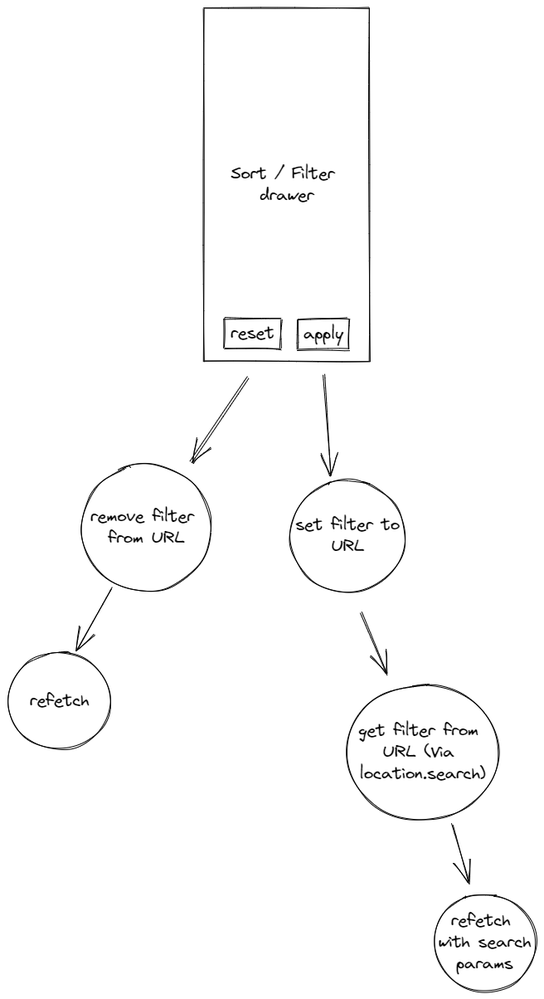
Above: notes/filter/client.excalidraw.png in Dyvd4/ticketify (Excalidraw), before the change. Source tidied: one line per element, renumbered; positions are measured from the earlier drawing's top-left corner, leaving out a move shared by most shapes. Its diagram source:
```json
{"id": 0, "type": "arrow", "strokeColor": "#000000", "strokeWidth": 1, "roughness": 1, "endArrowhead": "arrow", "from": 19, "to": 1, "x": 425, "y": 729, "width": 31, "height": 75, "points": [[0, 0], [31, 75]]}
{"id": 1, "type": "ellipse", "strokeColor": "#000000", "strokeWidth": 1, "roughness": 1, "x": 407, "y": 815, "width": 184, "height": 163}
{"id": 2, "type": "text", "text": "get filter from \nURL (Via \nlocation.search)", "strokeColor": "#000000", "strokeWidth": 1, "roughness": 1, "fontSize": 20, "fontFamily": 1, "textAlign": "center", "verticalAlign": "middle", "inside": 1, "x": 412, "y": 858, "width": 174, "height": 78}
{"id": 3, "type": "arrow", "strokeColor": "#000000", "strokeWidth": 1, "roughness": 1, "endArrowhead": "arrow", "from": 1, "to": 4, "x": 535, "y": 983, "width": 20, "height": 69, "points": [[0, 0], [20, 69]]}
{"id": 4, "type": "ellipse", "strokeColor": "#000000", "strokeWidth": 1, "roughness": 1, "x": 513, "y": 1068, "width": 124, "height": 117}
{"id": 5, "type": "text", "text": "refetch \nwith search\nparams", "strokeColor": "#000000", "strokeWidth": 1, "roughness": 1, "fontSize": 20, "fontFamily": 1, "textAlign": "center", "verticalAlign": "middle", "inside": 4, "x": 518, "y": 1087, "width": 113, "height": 78}
{"id": 6, "type": "rectangle", "strokeColor": "#000000", "strokeWidth": 1, "roughness": 1, "x": 236, "y": 0, "width": 200, "height": 426}
{"id": 7, "type": "text", "text": "Sort / Filter \ndrawer", "strokeColor": "#000000", "strokeWidth": 1, "roughness": 1, "fontSize": 20, "fontFamily": 1, "textAlign": "center", "verticalAlign": "middle", "inside": 6, "x": 241, "y": 187, "width": 190, "height": 52}
{"id": 8, "type": "rectangle", "strokeColor": "#000000", "strokeWidth": 1, "roughness": 1, "x": 349, "y": 375, "width": 62, "height": 36}
{"id": 9, "type": "text", "text": "apply", "strokeColor": "#000000", "strokeWidth": 1, "roughness": 1, "fontSize": 20, "fontFamily": 1, "textAlign": "center", "verticalAlign": "middle", "inside": 8, "x": 354, "y": 380, "width": 51, "height": 26}
{"id": 10, "type": "rectangle", "strokeColor": "#000000", "strokeWidth": 1, "roughness": 1, "x": 260, "y": 374, "width": 68, "height": 36}
{"id": 11, "type": "text", "text": "reset", "strokeColor": "#000000", "strokeWidth": 1, "roughness": 1, "fontSize": 20, "fontFamily": 1, "textAlign": "center", "verticalAlign": "middle", "inside": 10, "x": 265, "y": 379, "width": 58, "height": 26}
{"id": 12, "type": "arrow", "strokeColor": "#000000", "strokeWidth": 1, "roughness": 1, "endArrowhead": "arrow", "from": 6, "to": 13, "x": 290, "y": 444, "width": 70, "height": 102, "points": [[0, 0], [-70, 102]]}
{"id": 13, "type": "ellipse", "strokeColor": "#000000", "strokeWidth": 1, "roughness": 1, "x": 88, "y": 550, "width": 156, "height": 153}
{"id": 14, "type": "text", "text": "remove filter \nfrom URL", "strokeColor": "#000000", "strokeWidth": 1, "roughness": 1, "fontSize": 20, "fontFamily": 1, "textAlign": "center", "verticalAlign": "middle", "inside": 13, "x": 93, "y": 600, "width": 146, "height": 52}
{"id": 15, "type": "ellipse", "strokeColor": "#000000", "strokeWidth": 1, "roughness": 1, "x": 0, "y": 776, "width": 124, "height": 117}
{"id": 16, "type": "text", "text": "refetch", "strokeColor": "#000000", "strokeWidth": 1, "roughness": 1, "fontSize": 20, "fontFamily": 1, "textAlign": "center", "verticalAlign": "middle", "inside": 15, "x": 5, "y": 822, "width": 113, "height": 26}
{"id": 17, "type": "arrow", "strokeColor": "#000000", "strokeWidth": 1, "roughness": 1, "endArrowhead": "arrow", "from": 13, "to": 15, "x": 124, "y": 698, "width": 40, "height": 76, "points": [[0, 0], [-40, 76]]}
{"id": 18, "type": "arrow", "strokeColor": "#000000", "strokeWidth": 1, "roughness": 1, "endArrowhead": "arrow", "from": 6, "to": 19, "x": 380, "y": 442, "width": 9, "height": 122, "points": [[0, 0], [9, 122]]}
{"id": 19, "type": "ellipse", "strokeColor": "#000000", "strokeWidth": 1, "roughness": 1, "x": 340, "y": 569, "width": 139, "height": 135}
{"id": 20, "type": "text", "text": "set filter to\nURL", "strokeColor": "#000000", "strokeWidth": 1, "roughness": 1, "fontSize": 20, "fontFamily": 1, "textAlign": "center", "verticalAlign": "middle", "inside": 19, "x": 345, "y": 610, "width": 129, "height": 52}
```
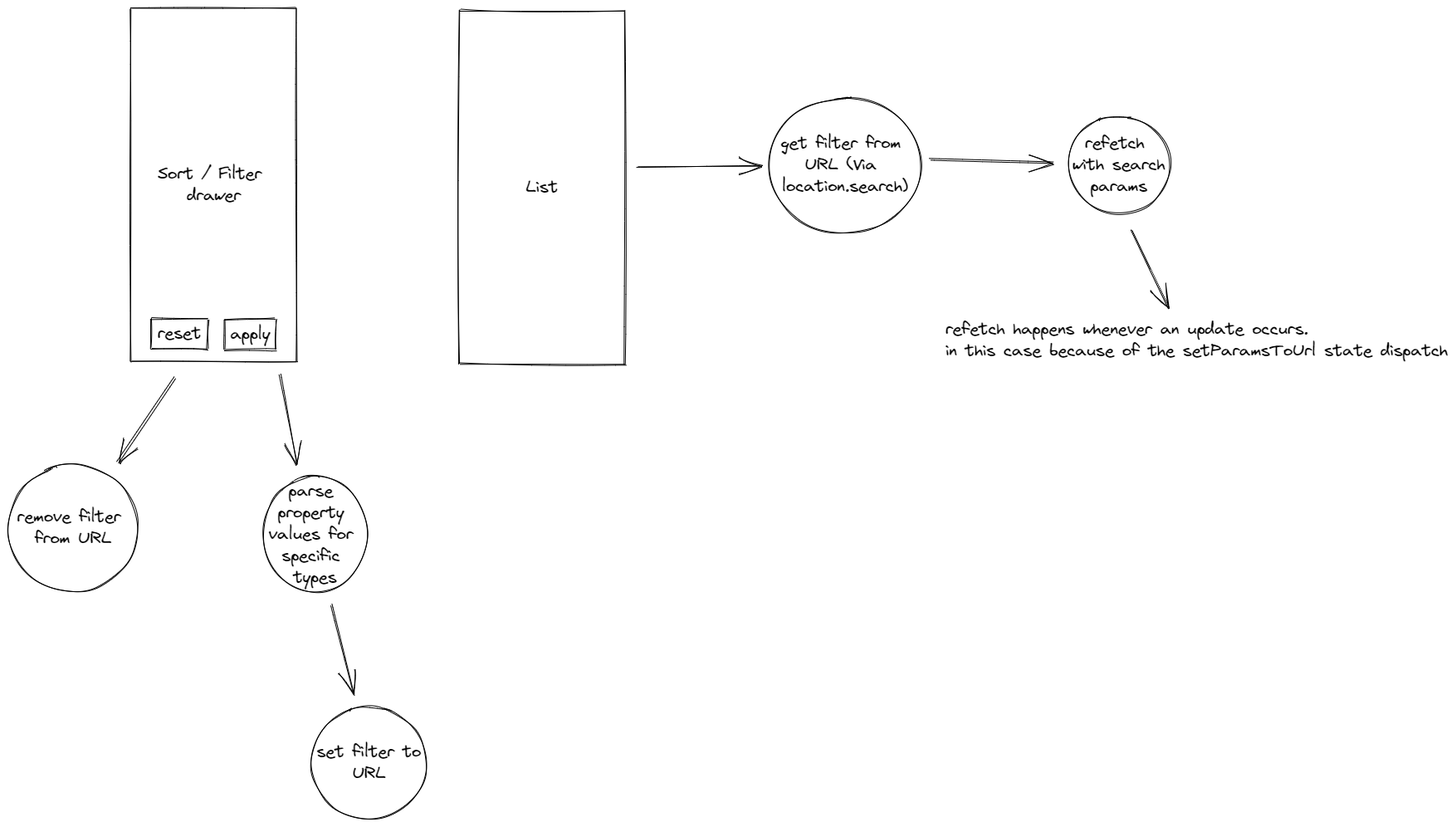
Later version of the same file.

Diff of the diagram source:
```diff
@@ -1,9 +1,8 @@
-{"id": 0, "type": "arrow", "strokeColor": "#000000", "strokeWidth": 1, "roughness": 1, "endArrowhead": "arrow", "from": 19, "to": 1, "x": 425, "y": 729, "width": 31, "height": 75, "points": [[0, 0], [31, 75]]}
-{"id": 1, "type": "ellipse", "strokeColor": "#000000", "strokeWidth": 1, "roughness": 1, "x": 407, "y": 815, "width": 184, "height": 163}
+{"id": 1, "type": "ellipse", "strokeColor": "#000000", "strokeWidth": 1, "roughness": 1, "x": 1004, "y": 108, "width": 184, "height": 163}
-{"id": 2, "type": "text", "text": "get filter from \nURL (Via \nlocation.search)", "strokeColor": "#000000", "strokeWidth": 1, "roughness": 1, "fontSize": 20, "fontFamily": 1, "textAlign": "center", "verticalAlign": "middle", "inside": 1, "x": 412, "y": 858, "width": 174, "height": 78}
+{"id": 2, "type": "text", "text": "get filter from \nURL (Via \nlocation.search)", "strokeColor": "#000000", "strokeWidth": 1, "roughness": 1, "fontSize": 20, "fontFamily": 1, "textAlign": "center", "verticalAlign": "middle", "inside": 1, "x": 1009, "y": 150, "width": 174, "height": 78}
-{"id": 3, "type": "arrow", "strokeColor": "#000000", "strokeWidth": 1, "roughness": 1, "endArrowhead": "arrow", "from": 1, "to": 4, "x": 535, "y": 983, "width": 20, "height": 69, "points": [[0, 0], [20, 69]]}
+{"id": 3, "type": "arrow", "strokeColor": "#000000", "strokeWidth": 1, "roughness": 1, "endArrowhead": "arrow", "from": 1, "to": 4, "x": 1198, "y": 182, "width": 149, "height": 3, "points": [[0, 0], [149, 3]]}
-{"id": 4, "type": "ellipse", "strokeColor": "#000000", "strokeWidth": 1, "roughness": 1, "x": 513, "y": 1068, "width": 124, "height": 117}
+{"id": 4, "type": "ellipse", "strokeColor": "#000000", "strokeWidth": 1, "roughness": 1, "x": 1365, "y": 130, "width": 124, "height": 117}
-{"id": 5, "type": "text", "text": "refetch \nwith search\nparams", "strokeColor": "#000000", "strokeWidth": 1, "roughness": 1, "fontSize": 20, "fontFamily": 1, "textAlign": "center", "verticalAlign": "middle", "inside": 4, "x": 518, "y": 1087, "width": 113, "height": 78}
+{"id": 5, "type": "text", "text": "refetch \nwith search\nparams", "strokeColor": "#000000", "strokeWidth": 1, "roughness": 1, "fontSize": 20, "fontFamily": 1, "textAlign": "center", "verticalAlign": "middle", "inside": 4, "x": 1370, "y": 150, "width": 113, "height": 78}
 {"id": 6, "type": "rectangle", "strokeColor": "#000000", "strokeWidth": 1, "roughness": 1, "x": 236, "y": 0, "width": 200, "height": 426}
 {"id": 7, "type": "text", "text": "Sort / Filter \ndrawer", "strokeColor": "#000000", "strokeWidth": 1, "roughness": 1, "fontSize": 20, "fontFamily": 1, "textAlign": "center", "verticalAlign": "middle", "inside": 6, "x": 241, "y": 187, "width": 190, "height": 52}
 {"id": 8, "type": "rectangle", "strokeColor": "#000000", "strokeWidth": 1, "roughness": 1, "x": 349, "y": 375, "width": 62, "height": 36}
@@ -13,9 +12,14 @@
 {"id": 12, "type": "arrow", "strokeColor": "#000000", "strokeWidth": 1, "roughness": 1, "endArrowhead": "arrow", "from": 6, "to": 13, "x": 290, "y": 444, "width": 70, "height": 102, "points": [[0, 0], [-70, 102]]}
 {"id": 13, "type": "ellipse", "strokeColor": "#000000", "strokeWidth": 1, "roughness": 1, "x": 88, "y": 550, "width": 156, "height": 153}
 {"id": 14, "type": "text", "text": "remove filter \nfrom URL", "strokeColor": "#000000", "strokeWidth": 1, "roughness": 1, "fontSize": 20, "fontFamily": 1, "textAlign": "center", "verticalAlign": "middle", "inside": 13, "x": 93, "y": 600, "width": 146, "height": 52}
-{"id": 15, "type": "ellipse", "strokeColor": "#000000", "strokeWidth": 1, "roughness": 1, "x": 0, "y": 776, "width": 124, "height": 117}
-{"id": 16, "type": "text", "text": "refetch", "strokeColor": "#000000", "strokeWidth": 1, "roughness": 1, "fontSize": 20, "fontFamily": 1, "textAlign": "center", "verticalAlign": "middle", "inside": 15, "x": 5, "y": 822, "width": 113, "height": 26}
-{"id": 17, "type": "arrow", "strokeColor": "#000000", "strokeWidth": 1, "roughness": 1, "endArrowhead": "arrow", "from": 13, "to": 15, "x": 124, "y": 698, "width": 40, "height": 76, "points": [[0, 0], [-40, 76]]}
-{"id": 18, "type": "arrow", "strokeColor": "#000000", "strokeWidth": 1, "roughness": 1, "endArrowhead": "arrow", "from": 6, "to": 19, "x": 380, "y": 442, "width": 9, "height": 122, "points": [[0, 0], [9, 122]]}
+{"id": 18, "type": "arrow", "strokeColor": "#000000", "strokeWidth": 1, "roughness": 1, "endArrowhead": "arrow", "from": 6, "to": 21, "x": 415, "y": 441, "width": 21, "height": 109, "points": [[0, 0], [21, 109]]}
-{"id": 19, "type": "ellipse", "strokeColor": "#000000", "strokeWidth": 1, "roughness": 1, "x": 340, "y": 569, "width": 139, "height": 135}
+{"id": 19, "type": "ellipse", "strokeColor": "#000000", "strokeWidth": 1, "roughness": 1, "x": 453, "y": 841, "width": 139, "height": 135}
-{"id": 20, "type": "text", "text": "set filter to\nURL", "strokeColor": "#000000", "strokeWidth": 1, "roughness": 1, "fontSize": 20, "fontFamily": 1, "textAlign": "center", "verticalAlign": "middle", "inside": 19, "x": 345, "y": 610, "width": 129, "height": 52}
+{"id": 20, "type": "text", "text": "set filter to\nURL", "strokeColor": "#000000", "strokeWidth": 1, "roughness": 1, "fontSize": 20, "fontFamily": 1, "textAlign": "center", "verticalAlign": "middle", "inside": 19, "x": 458, "y": 883, "width": 129, "height": 52}
+{"id": 21, "type": "ellipse", "strokeColor": "#000000", "strokeWidth": 1, "roughness": 1, "x": 395, "y": 564, "width": 125, "height": 140}
+{"id": 22, "type": "text", "text": "parse \nproperty \nvalues for \nspecific \ntypes", "strokeColor": "#000000", "strokeWidth": 1, "roughness": 1, "fontSize": 20, "fontFamily": 1, "textAlign": "center", "verticalAlign": "middle", "inside": 21, "x": 400, "y": 569, "width": 115, "height": 130}
+{"id": 23, "type": "arrow", "strokeColor": "#000000", "strokeWidth": 1, "roughness": 1, "endArrowhead": "arrow", "from": 21, "to": 19, "x": 478, "y": 718, "width": 27, "height": 108, "points": [[0, 0], [27, 108]]}
+{"id": 24, "type": "rectangle", "strokeColor": "#000000", "strokeWidth": 1, "roughness": 1, "x": 631, "y": 3, "width": 200, "height": 426}
+{"id": 25, "type": "text", "text": "List", "strokeColor": "#000000", "strokeWidth": 1, "roughness": 1, "fontSize": 20, "fontFamily": 1, "textAlign": "center", "verticalAlign": "middle", "inside": 24, "x": 636, "y": 203, "width": 190, "height": 26}
+{"id": 26, "type": "arrow", "strokeColor": "#000000", "strokeWidth": 1, "roughness": 1, "endArrowhead": "arrow", "from": 24, "to": 1, "x": 845, "y": 191, "width": 149, "height": 1, "points": [[0, 0], [149, -1]]}
+{"id": 27, "type": "arrow", "strokeColor": "#000000", "angle": 6.04, "strokeWidth": 1, "roughness": 1, "endArrowhead": "arrow", "from": 4, "to": 28, "x": 1454, "y": 263, "width": 21, "height": 101, "points": [[0, 0], [21, 101]]}
+{"id": 28, "type": "text", "text": "refetch happens whenever an update occurs.\nin this case because of the setParamsToUrl state dispatch", "strokeColor": "#000000", "strokeWidth": 1, "roughness": 1, "fontSize": 20, "fontFamily": 1, "x": 1217, "y": 374, "width": 606, "height": 51}
```
